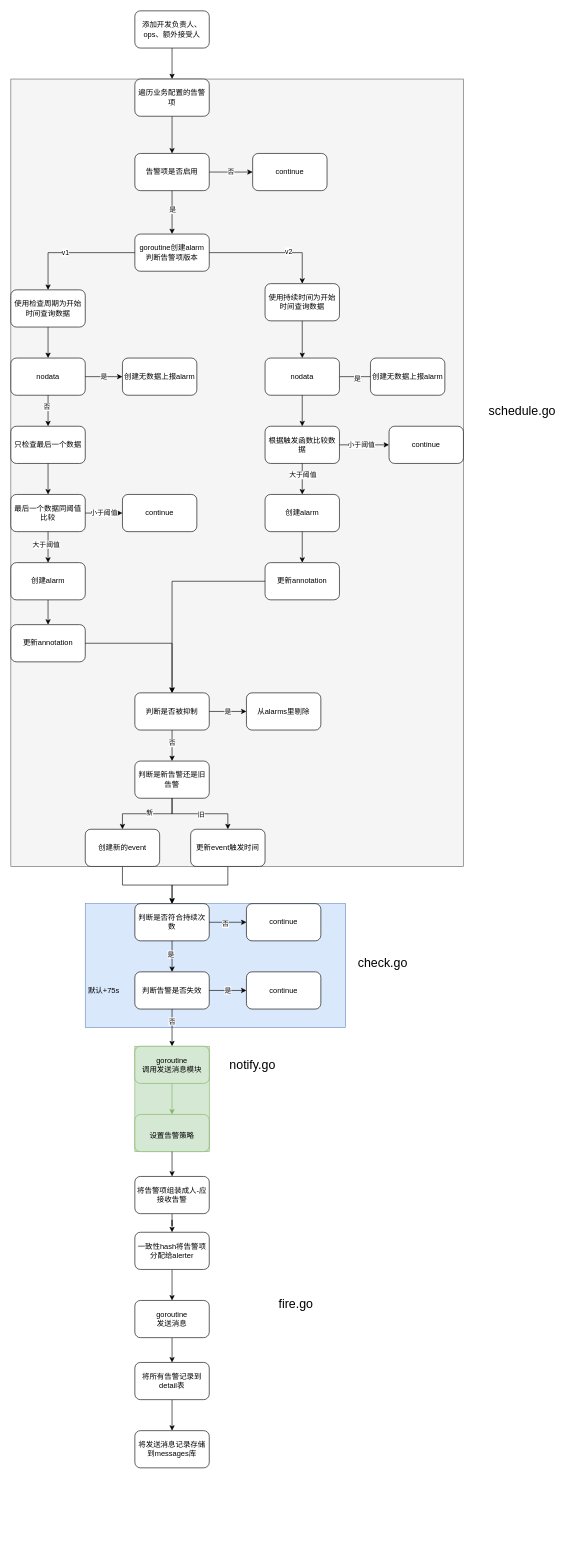
wupei-w/diagrams keeps this draw.io diagram as alarm流程.drawio. Above is the earlier version. Source tidied: cells renumbered, new cells numbered last; positions are measured from the earlier drawing's top-left corner, leaving out a move shared by most shapes. Both pictures are drawn from the tidied source at 62%, with x=0, y=0 at pixel (11, 11).
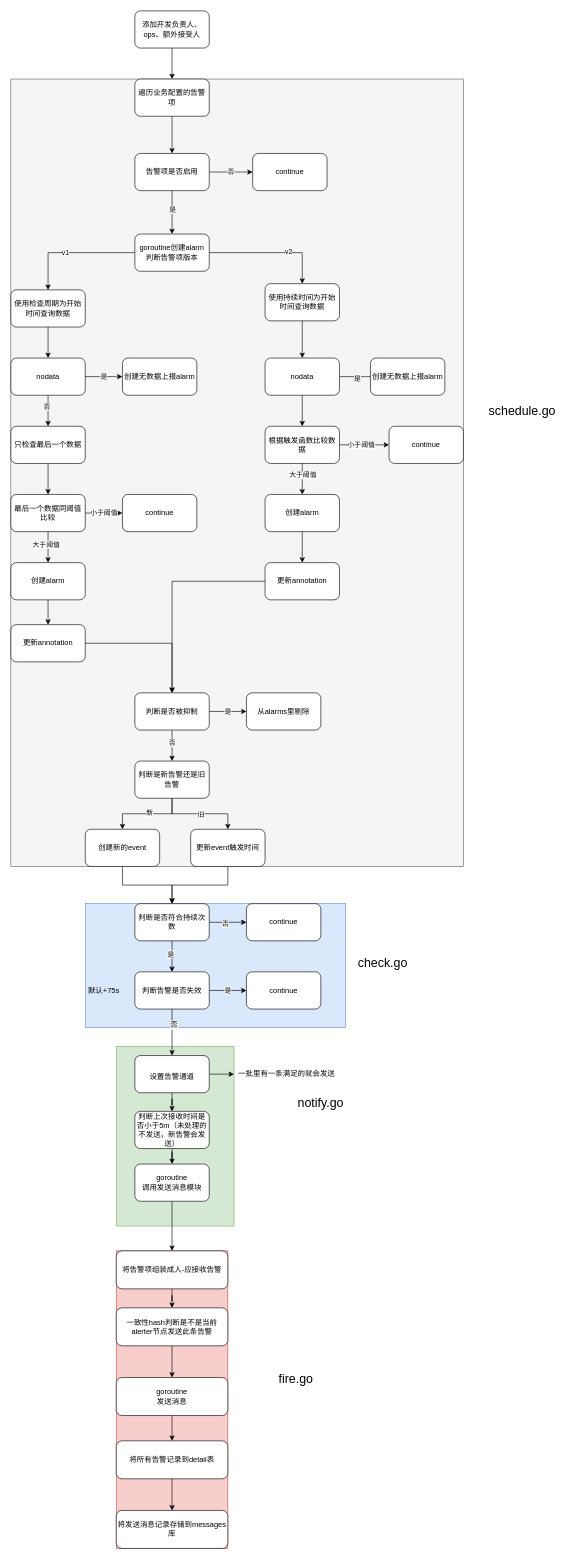
The same diagram, later.

The change refers to these unchanged cells:
```xml
<mxCell id="11" value="判断告警是否失效" style="whiteSpace=wrap;html=1;rounded=1;" parent="6" vertex="1">
  <mxGeometry x="80" y="110" width="120" height="60" as="geometry" />
</mxCell>
```

Diff of the diagram source:
```diff
@@
-    <mxCell id="18" style="edgeStyle=orthogonalEdgeStyle;rounded=0;jettySize=auto;html=1;" parent="1" edge="1" source="11" target="92">
-      <mxGeometry relative="1" as="geometry" />
-    </mxCell>
-    <mxCell id="19" value="否" style="edgeLabel;html=1;align=center;verticalAlign=middle;" parent="18" vertex="1">
-      <mxGeometry x="-0.38" y="-1" relative="1" as="geometry" />
-    </mxCell>
@@
     <mxCell id="82" value="notify.go" style="text;html=1;strokeColor=none;fillColor=none;align=center;verticalAlign=middle;whiteSpace=wrap;rounded=0;fontSize=20;" parent="1" vertex="1">
-      <mxGeometry x="360" y="1685" width="60" height="30" as="geometry" />
+      <mxGeometry x="470" y="1745" width="60" height="30" as="geometry" />
     </mxCell>
     <mxCell id="83" value="fire.go" style="text;html=1;strokeColor=none;fillColor=none;align=center;verticalAlign=middle;whiteSpace=wrap;rounded=0;fontSize=20;" parent="1" vertex="1">
-      <mxGeometry x="430" y="2070" width="60" height="30" as="geometry" />
+      <mxGeometry x="430" y="2190" width="60" height="30" as="geometry" />
     </mxCell>
-    <mxCell id="84" style="edgeStyle=orthogonalEdgeStyle;rounded=0;jettySize=auto;html=1;fontSize=12;" parent="1" edge="1" source="85" target="90">
-      <mxGeometry relative="1" as="geometry" />
-    </mxCell>
+    <mxCell id="91" style="group;fillColor=#d5e8d4;strokeColor=#82b366;" parent="1" vertex="1">
+      <mxGeometry x="170" y="1670" width="190" height="290" as="geometry" />
+    </mxCell>
+    <mxCell id="98" style="edgeStyle=orthogonalEdgeStyle;rounded=0;jettySize=auto;html=1;entryX=0.5;entryY=0;entryDx=0;entryDy=0;fontSize=12;" parent="1" edge="1" source="92" target="96">
+      <mxGeometry relative="1" as="geometry" />
+    </mxCell>
+    <mxCell id="92" value="goroutine&lt;br&gt;调用发送消息模块" style="whiteSpace=wrap;html=1;rounded=1;" parent="1" vertex="1">
+      <mxGeometry x="200" y="1860" width="120" height="60" as="geometry" />
+    </mxCell>
+    <mxCell id="99" style="edgeStyle=orthogonalEdgeStyle;rounded=0;jettySize=auto;html=1;fontSize=12;" parent="1" edge="1" source="93" target="104">
+      <mxGeometry relative="1" as="geometry" />
+    </mxCell>
+    <mxCell id="100" style="edgeStyle=orthogonalEdgeStyle;rounded=0;jettySize=auto;html=1;fontSize=12;" parent="1" edge="1" source="93" target="105">
+      <mxGeometry relative="1" as="geometry" />
+    </mxCell>
+    <mxCell id="93" value="&lt;font style=&quot;font-size: 12px;&quot;&gt;设置告警通道&lt;/font&gt;" style="whiteSpace=wrap;html=1;rounded=1;fontSize=20;" parent="1" vertex="1">
+      <mxGeometry x="200" y="1685" width="120" height="60" as="geometry" />
+    </mxCell>
+    <mxCell id="101" style="edgeStyle=orthogonalEdgeStyle;rounded=0;jettySize=auto;html=1;fontSize=12;" parent="1" edge="1" source="11" target="93">
+      <mxGeometry relative="1" as="geometry" />
+    </mxCell>
+    <mxCell id="19" value="否" style="edgeLabel;html=1;align=center;verticalAlign=middle;fontSize=12;" parent="101" vertex="1">
+      <mxGeometry x="-0.33" y="2" relative="1" as="geometry" />
+    </mxCell>
+    <mxCell id="102" style="group;fillColor=#f8cecc;strokeColor=#b85450;" parent="1" vertex="1">
+      <mxGeometry x="170" y="2000" width="180" height="480" as="geometry" />
+    </mxCell>
-    <mxCell id="85" value="一致性hash将告警项分配给alerter" style="rounded=1;whiteSpace=wrap;html=1;fontSize=12;" parent="1" vertex="1">
-      <mxGeometry x="200" y="1970" width="120" height="60" as="geometry" />
+    <mxCell id="85" value="一致性hash判断是不是当前alerter节点发送此条告警" style="rounded=1;whiteSpace=wrap;html=1;fontSize=12;" parent="102" vertex="1">
+      <mxGeometry y="91.9" width="180" height="61.3" as="geometry" />
     </mxCell>
-    <mxCell id="86" style="edgeStyle=orthogonalEdgeStyle;rounded=0;jettySize=auto;html=1;fontSize=12;" parent="1" edge="1" source="87" target="88">
-      <mxGeometry relative="1" as="geometry" />
-    </mxCell>
-    <mxCell id="87" value="将所有告警记录到detail表" style="whiteSpace=wrap;html=1;rounded=1;fontSize=12;" parent="1" vertex="1">
-      <mxGeometry x="200" y="2180" width="120" height="60" as="geometry" />
+    <mxCell id="87" value="将所有告警记录到detail表" style="whiteSpace=wrap;html=1;rounded=1;fontSize=12;" parent="102" vertex="1">
+      <mxGeometry y="306.4" width="180" height="61.3" as="geometry" />
     </mxCell>
-    <mxCell id="88" value="将发送消息记录存储到messages库" style="whiteSpace=wrap;html=1;rounded=1;" parent="1" vertex="1">
-      <mxGeometry x="200" y="2290" width="120" height="60" as="geometry" />
+    <mxCell id="88" value="将发送消息记录存储到messages库" style="whiteSpace=wrap;html=1;rounded=1;" parent="102" vertex="1">
+      <mxGeometry y="418.7" width="180" height="61.3" as="geometry" />
     </mxCell>
+    <mxCell id="86" style="edgeStyle=orthogonalEdgeStyle;rounded=0;jettySize=auto;html=1;fontSize=12;" parent="102" edge="1" source="87" target="88">
+      <mxGeometry relative="1" as="geometry" />
+    </mxCell>
-    <mxCell id="89" style="edgeStyle=orthogonalEdgeStyle;rounded=0;jettySize=auto;html=1;fontSize=12;" parent="1" edge="1" source="90" target="87">
+    <mxCell id="89" style="edgeStyle=orthogonalEdgeStyle;rounded=0;jettySize=auto;html=1;fontSize=12;" parent="102" edge="1" source="90" target="87">
       <mxGeometry relative="1" as="geometry" />
     </mxCell>
-    <mxCell id="90" value="goroutine&lt;br&gt;发送消息" style="rounded=1;whiteSpace=wrap;html=1;fontSize=12;" parent="1" vertex="1">
-      <mxGeometry x="200" y="2080" width="120" height="60" as="geometry" />
+    <mxCell id="90" value="goroutine&lt;br&gt;发送消息" style="rounded=1;whiteSpace=wrap;html=1;fontSize=12;" parent="102" vertex="1">
+      <mxGeometry y="204.3" width="180" height="61.3" as="geometry" />
     </mxCell>
-    <mxCell id="91" style="group;fillColor=#d5e8d4;strokeColor=#82b366;" parent="1" vertex="1">
-      <mxGeometry x="200" y="1670" width="120" height="170" as="geometry" />
-    </mxCell>
-    <mxCell id="92" value="goroutine&lt;br&gt;调用发送消息模块" style="whiteSpace=wrap;html=1;rounded=1;fillColor=#d5e8d4;strokeColor=#82b366;" parent="91" vertex="1">
-      <mxGeometry width="120" height="60" as="geometry" />
-    </mxCell>
-    <mxCell id="93" value="&lt;font style=&quot;font-size: 12px;&quot;&gt;设置告警策略&lt;/font&gt;" style="whiteSpace=wrap;html=1;rounded=1;fontSize=20;fillColor=#d5e8d4;strokeColor=#82b366;" parent="91" vertex="1">
-      <mxGeometry y="110" width="120" height="60" as="geometry" />
-    </mxCell>
-    <mxCell id="94" style="edgeStyle=orthogonalEdgeStyle;rounded=0;jettySize=auto;html=1;fontSize=20;fillColor=#d5e8d4;strokeColor=#82b366;" parent="91" edge="1" source="92" target="93">
-      <mxGeometry relative="1" as="geometry" />
-    </mxCell>
+    <mxCell id="84" style="edgeStyle=orthogonalEdgeStyle;rounded=0;jettySize=auto;html=1;fontSize=12;" parent="102" edge="1" source="85" target="90">
+      <mxGeometry relative="1" as="geometry" />
+    </mxCell>
-    <mxCell id="95" style="edgeStyle=orthogonalEdgeStyle;rounded=0;jettySize=auto;html=1;fontSize=12;" parent="1" edge="1" source="96" target="85">
+    <mxCell id="95" style="edgeStyle=orthogonalEdgeStyle;rounded=0;jettySize=auto;html=1;fontSize=12;" parent="102" edge="1" source="96" target="85">
       <mxGeometry relative="1" as="geometry" />
     </mxCell>
-    <mxCell id="96" value="将告警项组装成人-应接收告警" style="rounded=1;whiteSpace=wrap;html=1;fontSize=12;" parent="1" vertex="1">
-      <mxGeometry x="200" y="1880" width="120" height="60" as="geometry" />
+    <mxCell id="96" value="将告警项组装成人-应接收告警" style="rounded=1;whiteSpace=wrap;html=1;fontSize=12;" parent="102" vertex="1">
+      <mxGeometry width="180" height="61.3" as="geometry" />
     </mxCell>
-    <mxCell id="97" style="edgeStyle=orthogonalEdgeStyle;rounded=0;jettySize=auto;html=1;fontSize=12;" parent="1" edge="1" source="93" target="96">
-      <mxGeometry relative="1" as="geometry" />
-    </mxCell>
+    <mxCell id="103" style="edgeStyle=orthogonalEdgeStyle;rounded=0;jettySize=auto;html=1;fontSize=12;" parent="1" edge="1" source="104" target="92">
+      <mxGeometry relative="1" as="geometry" />
+    </mxCell>
+    <mxCell id="104" value="判断上次接收时间是否小于5m（未处理的不发送，新告警会发送）" style="rounded=1;whiteSpace=wrap;html=1;fontSize=12;" parent="1" vertex="1">
+      <mxGeometry x="200" y="1775" width="120" height="60" as="geometry" />
+    </mxCell>
+    <mxCell id="105" value="一批里有一条满足的就会发送" style="text;html=1;strokeColor=none;fillColor=none;align=center;verticalAlign=middle;whiteSpace=wrap;rounded=0;fontSize=12;" parent="1" vertex="1">
+      <mxGeometry x="360" y="1700" width="170" height="30" as="geometry" />
+    </mxCell>
```
